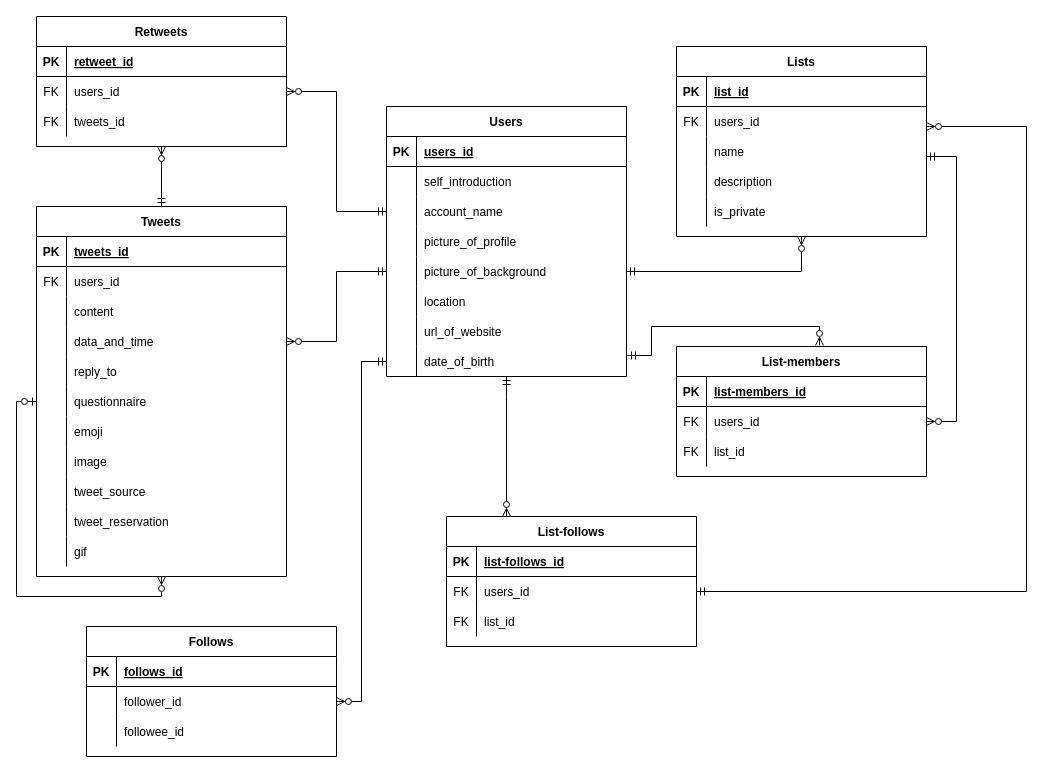
This is Untitled Diagram.drawio from umizaru/hello-world, a draw.io file, before an edit. Source tidied: cells renumbered, new cells numbered last; positions are measured from the earlier drawing's top-left corner, leaving out a move shared by most shapes. Both pictures are drawn from the tidied source at 100%, with x=0, y=0 at pixel (16, 16).
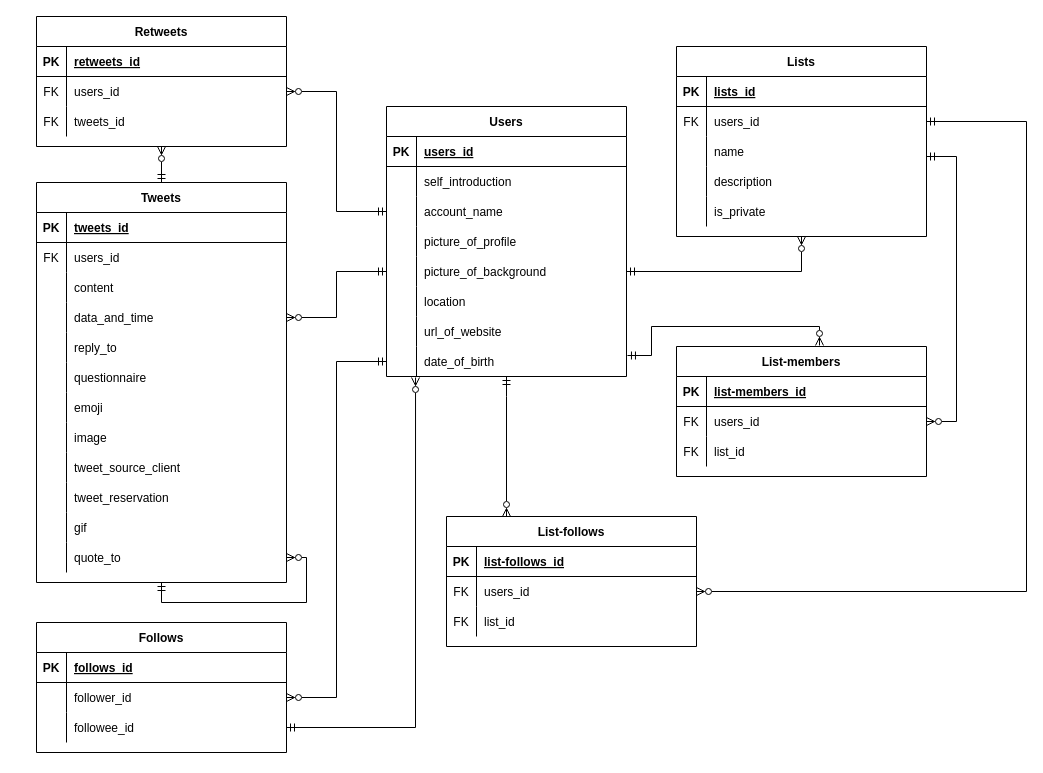
The same page after the edit.

Commit message:
Untitled Diagram.drawio を更新します

Unchanged cells that the change refers to:
```xml
<mxCell id="3" style="shape=partialRectangle;fillColor=none;top=0;left=0;right=0;bottom=1;" parent="2" vertex="1">
  <mxGeometry y="30" width="250" height="30" as="geometry" />
</mxCell>
<mxCell id="19" style="shape=partialRectangle;fillColor=none;points=[[0,0.5],[1,0.5]];portConstraint=eastwest;top=0;left=0;right=0;bottom=0;" parent="12" vertex="1">
  <mxGeometry y="90" width="250" height="30" as="geometry" />
</mxCell>
<mxCell id="40" style="shape=partialRectangle;fillColor=none;points=[[0,0.5],[1,0.5]];portConstraint=eastwest;top=0;left=0;right=0;bottom=0;" parent="23" vertex="1">
  <mxGeometry y="180" width="250" height="30" as="geometry" />
</mxCell>
<mxCell id="49" style="shape=partialRectangle;fillColor=none;top=0;left=0;right=0;bottom=0;" parent="23" vertex="1">
  <mxGeometry y="270" width="250" height="30" as="geometry" />
</mxCell>
<mxCell id="60" style="shape=partialRectangle;fillColor=none;top=0;left=0;right=0;bottom=1;" parent="59" vertex="1">
  <mxGeometry y="30" width="250" height="30" as="geometry" />
</mxCell>
<mxCell id="63" style="shape=partialRectangle;fillColor=none;points=[[0,0.5],[1,0.5]];portConstraint=eastwest;top=0;left=0;right=0;bottom=0;" parent="59" vertex="1">
  <mxGeometry y="60" width="250" height="30" as="geometry" />
</mxCell>
<mxCell id="79" style="shape=partialRectangle;fillColor=none;points=[[0,0.5],[1,0.5]];portConstraint=eastwest;top=0;left=0;right=0;bottom=0;" parent="75" vertex="1">
  <mxGeometry y="60" width="250" height="30" as="geometry" />
</mxCell>
<mxCell id="117" style="shape=partialRectangle;fillColor=none;points=[[0,0.5],[1,0.5]];portConstraint=eastwest;top=0;left=0;right=0;bottom=0;" parent="95" vertex="1">
  <mxGeometry y="240" width="240" height="30" as="geometry" />
</mxCell>
```

What changed in the source:
```diff
@@
-    <mxCell id="5" value="retweet_id" style="shape=partialRectangle;overflow=hidden;fillColor=none;top=0;left=0;bottom=0;right=0;align=left;spacingLeft=6;fontStyle=5;" parent="3" vertex="1">
+    <mxCell id="5" value="retweets_id" style="shape=partialRectangle;overflow=hidden;fillColor=none;top=0;left=0;bottom=0;right=0;align=left;spacingLeft=6;fontStyle=5;" parent="3" vertex="1">
       <mxGeometry x="30" width="220" height="30" as="geometry" />
     </mxCell>
@@
     <mxCell id="12" value="Follows" style="shape=table;startSize=30;childLayout=tableLayout;rowLines=0;fontStyle=1;align=center;" parent="1" vertex="1">
-      <mxGeometry x="70" y="610" width="250" height="130" as="geometry" />
+      <mxGeometry x="20" y="606" width="250" height="130" as="geometry" />
     </mxCell>
@@
     <mxCell id="23" value="Tweets" style="shape=table;startSize=30;childLayout=tableLayout;rowLines=0;fontStyle=1;align=center;" parent="1" vertex="1">
-      <mxGeometry x="20" y="190" width="250" height="370" as="geometry" />
+      <mxGeometry x="20" y="166" width="250" height="400" as="geometry" />
     </mxCell>
@@
-    <mxCell id="27" style="edgeStyle=orthogonalEdgeStyle;rounded=0;jettySize=auto;html=1;entryX=0.5;entryY=1;entryDx=0;entryDy=0;startArrow=ERzeroToOne;startFill=0;endArrow=ERzeroToMany;endFill=0;exitX=0;exitY=0.5;exitDx=0;exitDy=0;" parent="23" edge="1" source="40" target="23">
-      <mxGeometry relative="1" as="geometry">
-        <Array as="points">
-          <mxPoint x="-20" y="195" />
-          <mxPoint x="-20" y="390" />
-          <mxPoint x="125" y="390" />
-        </Array>
-      </mxGeometry>
-    </mxCell>
@@
-    <mxCell id="51" value="tweet_source" style="shape=partialRectangle;overflow=hidden;fillColor=none;top=0;left=0;bottom=0;right=0;align=left;spacingLeft=6;" parent="49" vertex="1">
+    <mxCell id="51" value="tweet_source_client" style="shape=partialRectangle;overflow=hidden;fillColor=none;top=0;left=0;bottom=0;right=0;align=left;spacingLeft=6;" parent="49" vertex="1">
       <mxGeometry x="30" width="220" height="30" as="geometry" />
     </mxCell>
@@
+    <mxCell id="127" style="shape=partialRectangle;fillColor=none;points=[[0,0.5],[1,0.5]];portConstraint=eastwest;top=0;left=0;right=0;bottom=0;" parent="23" vertex="1">
+      <mxGeometry y="360" width="250" height="30" as="geometry" />
+    </mxCell>
+    <mxCell id="128" style="shape=partialRectangle;overflow=hidden;fillColor=none;top=0;left=0;bottom=0;right=0;" parent="127" vertex="1">
+      <mxGeometry width="30" height="30" as="geometry" />
+    </mxCell>
+    <mxCell id="129" value="quote_to" style="shape=partialRectangle;overflow=hidden;fillColor=none;top=0;left=0;bottom=0;right=0;align=left;spacingLeft=6;" parent="127" vertex="1">
+      <mxGeometry x="30" width="220" height="30" as="geometry" />
+    </mxCell>
+    <mxCell id="130" style="edgeStyle=orthogonalEdgeStyle;rounded=0;jettySize=auto;html=1;entryX=1;entryY=0.5;entryDx=0;entryDy=0;startArrow=ERmandOne;startFill=0;endArrow=ERzeroToMany;endFill=0;" parent="23" edge="1" source="23">
+      <mxGeometry relative="1" as="geometry" />
+    </mxCell>
+    <mxCell id="131" style="edgeStyle=orthogonalEdgeStyle;rounded=0;jettySize=auto;html=1;entryX=1;entryY=0.5;entryDx=0;entryDy=0;startArrow=ERmandOne;startFill=0;endArrow=ERzeroToMany;endFill=0;" parent="23" edge="1" source="23" target="127">
+      <mxGeometry relative="1" as="geometry" />
+    </mxCell>
@@
-    <mxCell id="62" value="list_id" style="shape=partialRectangle;overflow=hidden;fillColor=none;top=0;left=0;bottom=0;right=0;align=left;spacingLeft=6;fontStyle=5;" parent="60" vertex="1">
+    <mxCell id="62" value="lists_id" style="shape=partialRectangle;overflow=hidden;fillColor=none;top=0;left=0;bottom=0;right=0;align=left;spacingLeft=6;fontStyle=5;" parent="60" vertex="1">
       <mxGeometry x="30" width="220" height="30" as="geometry" />
     </mxCell>
@@
-    <mxCell id="125" style="edgeStyle=orthogonalEdgeStyle;rounded=0;jettySize=auto;html=1;exitX=1;exitY=0.5;exitDx=0;exitDy=0;startArrow=ERmandOne;startFill=0;endArrow=ERzeroToMany;endFill=0;" parent="1" edge="1" source="79">
-      <mxGeometry relative="1" as="geometry">
-        <mxPoint x="910" y="110" as="targetPoint" />
-        <Array as="points">
-          <mxPoint x="1010" y="575" />
-          <mxPoint x="1010" y="110" />
-          <mxPoint x="910" y="110" />
-        </Array>
-      </mxGeometry>
-    </mxCell>
@@
+    <mxCell id="132" style="edgeStyle=orthogonalEdgeStyle;rounded=0;jettySize=auto;html=1;entryX=1;entryY=0.5;entryDx=0;entryDy=0;startArrow=ERmandOne;startFill=0;endArrow=ERzeroToMany;endFill=0;" parent="1" edge="1" source="63" target="79">
+      <mxGeometry relative="1" as="geometry">
+        <Array as="points">
+          <mxPoint x="1010" y="105" />
+          <mxPoint x="1010" y="575" />
+        </Array>
+      </mxGeometry>
+    </mxCell>
+    <mxCell id="133" style="edgeStyle=orthogonalEdgeStyle;rounded=0;jettySize=auto;html=1;entryX=0.121;entryY=1.033;entryDx=0;entryDy=0;entryPerimeter=0;startArrow=ERmandOne;startFill=0;endArrow=ERzeroToMany;endFill=0;" parent="1" edge="1" source="19" target="117">
+      <mxGeometry relative="1" as="geometry" />
+    </mxCell>
```
